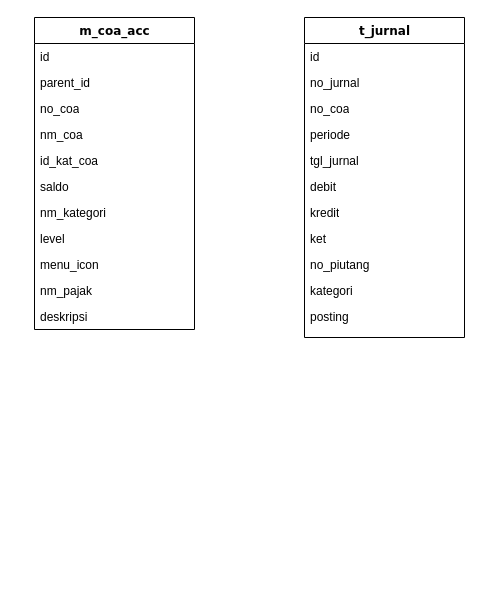
Above: page "WO" (2 of 2) of Database/Untitled Diagram.drawio in maseadi/jurnal (draw.io), before the change. Source tidied: cells renumbered, new cells numbered last; positions are measured from the earlier drawing's top-left corner, leaving out a move shared by most shapes. Both pictures are drawn from the tidied source at 100%, with x=0, y=0 at pixel (34, 17).
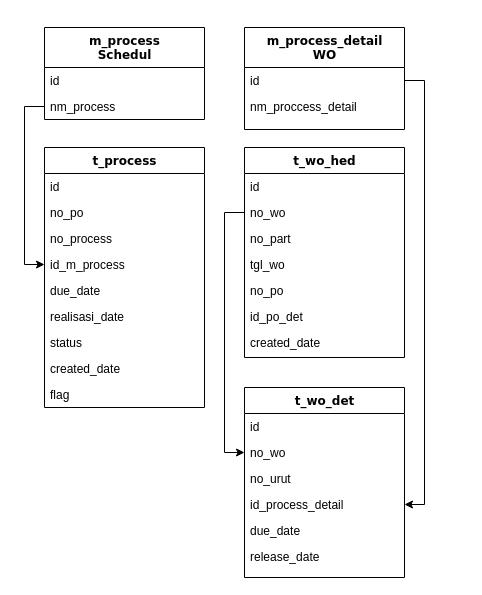
After the change.

The edit, as a diff of the source:
```diff
@@
-    <mxCell id="2" value="m_coa_acc" style="swimlane;html=1;fontStyle=1;align=center;verticalAlign=top;horizontal=1;startSize=26;swimlaneFillColor=#ffffff;rounded=0;shadow=0;comic=0;labelBackgroundColor=none;strokeWidth=1;fillColor=none;fontFamily=Verdana;fontSize=12;" parent="1" vertex="1">
-      <mxGeometry width="160" height="312" as="geometry" />
+    <mxCell id="2" value="t_process" style="swimlane;html=1;fontStyle=1;align=center;verticalAlign=top;horizontal=1;startSize=26;swimlaneFillColor=#ffffff;rounded=0;shadow=0;comic=0;labelBackgroundColor=none;strokeWidth=1;fillColor=none;fontFamily=Verdana;fontSize=12;" parent="1" vertex="1">
+      <mxGeometry x="10" y="130" width="160" height="260" as="geometry" />
     </mxCell>
@@
-    <mxCell id="4" value="parent_id" style="text;html=1;strokeColor=none;fillColor=none;align=left;verticalAlign=top;spacingLeft=4;spacingRight=4;whiteSpace=wrap;overflow=hidden;" parent="2" vertex="1">
+    <mxCell id="4" value="no_po" style="text;html=1;strokeColor=none;fillColor=none;align=left;verticalAlign=top;spacingLeft=4;spacingRight=4;whiteSpace=wrap;overflow=hidden;" parent="2" vertex="1">
       <mxGeometry y="52" width="160" height="26" as="geometry" />
     </mxCell>
-    <mxCell id="5" value="no_coa" style="text;html=1;strokeColor=none;fillColor=none;align=left;verticalAlign=top;spacingLeft=4;spacingRight=4;whiteSpace=wrap;overflow=hidden;" parent="2" vertex="1">
+    <mxCell id="5" value="no_process" style="text;html=1;strokeColor=none;fillColor=none;align=left;verticalAlign=top;spacingLeft=4;spacingRight=4;whiteSpace=wrap;overflow=hidden;" parent="2" vertex="1">
       <mxGeometry y="78" width="160" height="26" as="geometry" />
     </mxCell>
-    <mxCell id="6" value="nm_coa" style="text;html=1;strokeColor=none;fillColor=none;align=left;verticalAlign=top;spacingLeft=4;spacingRight=4;whiteSpace=wrap;overflow=hidden;points=[[0,0.5],[1,0.5]];portConstraint=eastwest;" parent="2" vertex="1">
+    <mxCell id="6" value="id_m_process" style="text;html=1;strokeColor=none;fillColor=none;align=left;verticalAlign=top;spacingLeft=4;spacingRight=4;whiteSpace=wrap;overflow=hidden;points=[[0,0.5],[1,0.5]];portConstraint=eastwest;" parent="2" vertex="1">
       <mxGeometry y="104" width="160" height="26" as="geometry" />
     </mxCell>
-    <mxCell id="7" value="id_kat_coa" style="text;html=1;strokeColor=none;fillColor=none;align=left;verticalAlign=top;spacingLeft=4;spacingRight=4;whiteSpace=wrap;overflow=hidden;" parent="2" vertex="1">
+    <mxCell id="7" value="due_date" style="text;html=1;strokeColor=none;fillColor=none;align=left;verticalAlign=top;spacingLeft=4;spacingRight=4;whiteSpace=wrap;overflow=hidden;" parent="2" vertex="1">
       <mxGeometry y="130" width="160" height="26" as="geometry" />
     </mxCell>
-    <mxCell id="8" value="saldo" style="text;html=1;strokeColor=none;fillColor=none;align=left;verticalAlign=top;spacingLeft=4;spacingRight=4;whiteSpace=wrap;overflow=hidden;" parent="2" vertex="1">
+    <mxCell id="8" value="realisasi_date" style="text;html=1;strokeColor=none;fillColor=none;align=left;verticalAlign=top;spacingLeft=4;spacingRight=4;whiteSpace=wrap;overflow=hidden;" parent="2" vertex="1">
       <mxGeometry y="156" width="160" height="26" as="geometry" />
     </mxCell>
-    <mxCell id="9" value="nm_kategori" style="text;html=1;strokeColor=none;fillColor=none;align=left;verticalAlign=top;spacingLeft=4;spacingRight=4;whiteSpace=wrap;overflow=hidden;" parent="2" vertex="1">
+    <mxCell id="9" value="status" style="text;html=1;strokeColor=none;fillColor=none;align=left;verticalAlign=top;spacingLeft=4;spacingRight=4;whiteSpace=wrap;overflow=hidden;" parent="2" vertex="1">
       <mxGeometry y="182" width="160" height="26" as="geometry" />
     </mxCell>
-    <mxCell id="10" value="level" style="text;html=1;strokeColor=none;fillColor=none;align=left;verticalAlign=top;spacingLeft=4;spacingRight=4;whiteSpace=wrap;overflow=hidden;" parent="2" vertex="1">
+    <mxCell id="10" value="created_date" style="text;html=1;strokeColor=none;fillColor=none;align=left;verticalAlign=top;spacingLeft=4;spacingRight=4;whiteSpace=wrap;overflow=hidden;" parent="2" vertex="1">
       <mxGeometry y="208" width="160" height="26" as="geometry" />
     </mxCell>
-    <mxCell id="11" value="menu_icon" style="text;html=1;strokeColor=none;fillColor=none;align=left;verticalAlign=top;spacingLeft=4;spacingRight=4;whiteSpace=wrap;overflow=hidden;" parent="2" vertex="1">
+    <mxCell id="11" value="flag" style="text;html=1;strokeColor=none;fillColor=none;align=left;verticalAlign=top;spacingLeft=4;spacingRight=4;whiteSpace=wrap;overflow=hidden;" parent="2" vertex="1">
       <mxGeometry y="234" width="160" height="26" as="geometry" />
     </mxCell>
-    <mxCell id="12" value="nm_pajak" style="text;html=1;strokeColor=none;fillColor=none;align=left;verticalAlign=top;spacingLeft=4;spacingRight=4;whiteSpace=wrap;overflow=hidden;" parent="2" vertex="1">
-      <mxGeometry y="260" width="160" height="26" as="geometry" />
-    </mxCell>
-    <mxCell id="13" value="deskripsi" style="text;html=1;strokeColor=none;fillColor=none;align=left;verticalAlign=top;spacingLeft=4;spacingRight=4;whiteSpace=wrap;overflow=hidden;" parent="2" vertex="1">
-      <mxGeometry y="286" width="160" height="26" as="geometry" />
-    </mxCell>
-    <mxCell id="14" value="t_jurnal" style="swimlane;html=1;fontStyle=1;align=center;verticalAlign=top;horizontal=1;startSize=26;swimlaneFillColor=#ffffff;rounded=0;shadow=0;comic=0;labelBackgroundColor=none;strokeWidth=1;fillColor=none;fontFamily=Verdana;fontSize=12;" parent="1" vertex="1">
-      <mxGeometry x="270" width="160" height="320" as="geometry" />
+    <mxCell id="14" value="m_process&lt;br&gt;Schedul" style="swimlane;html=1;fontStyle=1;align=center;verticalAlign=top;horizontal=1;startSize=40;swimlaneFillColor=#ffffff;rounded=0;shadow=0;comic=0;labelBackgroundColor=none;strokeWidth=1;fillColor=none;fontFamily=Verdana;fontSize=12;" parent="1" vertex="1">
+      <mxGeometry x="10" y="10" width="160" height="92" as="geometry" />
     </mxCell>
     <mxCell id="15" value="id" style="text;html=1;strokeColor=none;fillColor=none;align=left;verticalAlign=top;spacingLeft=4;spacingRight=4;whiteSpace=wrap;overflow=hidden;" parent="14" vertex="1">
-      <mxGeometry y="26" width="160" height="26" as="geometry" />
+      <mxGeometry y="40" width="160" height="26" as="geometry" />
     </mxCell>
-    <mxCell id="16" value="no_jurnal" style="text;html=1;strokeColor=none;fillColor=none;align=left;verticalAlign=top;spacingLeft=4;spacingRight=4;whiteSpace=wrap;overflow=hidden;points=[[0,0.5],[1,0.5]];portConstraint=eastwest;" parent="14" vertex="1">
-      <mxGeometry y="52" width="160" height="26" as="geometry" />
+    <mxCell id="16" value="nm_process" style="text;html=1;strokeColor=none;fillColor=none;align=left;verticalAlign=top;spacingLeft=4;spacingRight=4;whiteSpace=wrap;overflow=hidden;points=[[0,0.5],[1,0.5]];portConstraint=eastwest;" parent="14" vertex="1">
+      <mxGeometry y="66" width="160" height="26" as="geometry" />
     </mxCell>
-    <mxCell id="17" value="no_coa" style="text;html=1;strokeColor=none;fillColor=none;align=left;verticalAlign=top;spacingLeft=4;spacingRight=4;whiteSpace=wrap;overflow=hidden;" parent="14" vertex="1">
-      <mxGeometry y="78" width="160" height="26" as="geometry" />
-    </mxCell>
-    <mxCell id="18" value="periode" style="text;html=1;strokeColor=none;fillColor=none;align=left;verticalAlign=top;spacingLeft=4;spacingRight=4;whiteSpace=wrap;overflow=hidden;" parent="14" vertex="1">
-      <mxGeometry y="104" width="160" height="26" as="geometry" />
-    </mxCell>
-    <mxCell id="19" value="tgl_jurnal" style="text;html=1;strokeColor=none;fillColor=none;align=left;verticalAlign=top;spacingLeft=4;spacingRight=4;whiteSpace=wrap;overflow=hidden;" parent="14" vertex="1">
-      <mxGeometry y="130" width="160" height="26" as="geometry" />
-    </mxCell>
-    <mxCell id="20" value="debit" style="text;html=1;strokeColor=none;fillColor=none;align=left;verticalAlign=top;spacingLeft=4;spacingRight=4;whiteSpace=wrap;overflow=hidden;" parent="14" vertex="1">
-      <mxGeometry y="156" width="160" height="26" as="geometry" />
-    </mxCell>
-    <mxCell id="21" value="kredit" style="text;html=1;strokeColor=none;fillColor=none;align=left;verticalAlign=top;spacingLeft=4;spacingRight=4;whiteSpace=wrap;overflow=hidden;" parent="14" vertex="1">
-      <mxGeometry y="182" width="160" height="26" as="geometry" />
-    </mxCell>
-    <mxCell id="22" value="ket" style="text;html=1;strokeColor=none;fillColor=none;align=left;verticalAlign=top;spacingLeft=4;spacingRight=4;whiteSpace=wrap;overflow=hidden;" parent="14" vertex="1">
-      <mxGeometry y="208" width="160" height="26" as="geometry" />
-    </mxCell>
-    <mxCell id="23" value="no_piutang" style="text;html=1;strokeColor=none;fillColor=none;align=left;verticalAlign=top;spacingLeft=4;spacingRight=4;whiteSpace=wrap;overflow=hidden;" parent="14" vertex="1">
-      <mxGeometry y="234" width="160" height="26" as="geometry" />
-    </mxCell>
-    <mxCell id="24" value="kategori" style="text;html=1;strokeColor=none;fillColor=none;align=left;verticalAlign=top;spacingLeft=4;spacingRight=4;whiteSpace=wrap;overflow=hidden;" parent="14" vertex="1">
-      <mxGeometry y="260" width="160" height="26" as="geometry" />
-    </mxCell>
-    <mxCell id="25" value="posting" style="text;html=1;strokeColor=none;fillColor=none;align=left;verticalAlign=top;spacingLeft=4;spacingRight=4;whiteSpace=wrap;overflow=hidden;" parent="14" vertex="1">
-      <mxGeometry y="286" width="160" height="26" as="geometry" />
-    </mxCell>
+    <mxCell id="26" value="m_process_detail&lt;br&gt;WO" style="swimlane;html=1;fontStyle=1;align=center;verticalAlign=top;horizontal=1;startSize=40;swimlaneFillColor=#ffffff;rounded=0;shadow=0;comic=0;labelBackgroundColor=none;strokeWidth=1;fillColor=none;fontFamily=Verdana;fontSize=12;" parent="1" vertex="1">
+      <mxGeometry x="210" y="10" width="160" height="102" as="geometry" />
+    </mxCell>
+    <mxCell id="27" value="id" style="text;html=1;strokeColor=none;fillColor=none;align=left;verticalAlign=top;spacingLeft=4;spacingRight=4;whiteSpace=wrap;overflow=hidden;points=[[0,0.5],[1,0.5]];portConstraint=eastwest;" parent="26" vertex="1">
+      <mxGeometry y="40" width="160" height="26" as="geometry" />
+    </mxCell>
+    <mxCell id="28" value="nm_proccess_detail" style="text;html=1;strokeColor=none;fillColor=none;align=left;verticalAlign=top;spacingLeft=4;spacingRight=4;whiteSpace=wrap;overflow=hidden;" parent="26" vertex="1">
+      <mxGeometry y="66" width="160" height="26" as="geometry" />
+    </mxCell>
+    <mxCell id="29" value="t_wo_hed" style="swimlane;html=1;fontStyle=1;align=center;verticalAlign=top;horizontal=1;startSize=26;swimlaneFillColor=#ffffff;rounded=0;shadow=0;comic=0;labelBackgroundColor=none;strokeWidth=1;fillColor=none;fontFamily=Verdana;fontSize=12;" parent="1" vertex="1">
+      <mxGeometry x="210" y="130" width="160" height="210" as="geometry" />
+    </mxCell>
+    <mxCell id="30" value="id" style="text;html=1;strokeColor=none;fillColor=none;align=left;verticalAlign=top;spacingLeft=4;spacingRight=4;whiteSpace=wrap;overflow=hidden;" parent="29" vertex="1">
+      <mxGeometry y="26" width="160" height="26" as="geometry" />
+    </mxCell>
+    <mxCell id="31" value="no_wo" style="text;html=1;strokeColor=none;fillColor=none;align=left;verticalAlign=top;spacingLeft=4;spacingRight=4;whiteSpace=wrap;overflow=hidden;points=[[0,0.5],[1,0.5]];portConstraint=eastwest;" parent="29" vertex="1">
+      <mxGeometry y="52" width="160" height="26" as="geometry" />
+    </mxCell>
+    <mxCell id="32" value="no_part" style="text;html=1;strokeColor=none;fillColor=none;align=left;verticalAlign=top;spacingLeft=4;spacingRight=4;whiteSpace=wrap;overflow=hidden;" parent="29" vertex="1">
+      <mxGeometry y="78" width="160" height="26" as="geometry" />
+    </mxCell>
+    <mxCell id="33" value="tgl_wo" style="text;html=1;strokeColor=none;fillColor=none;align=left;verticalAlign=top;spacingLeft=4;spacingRight=4;whiteSpace=wrap;overflow=hidden;" parent="29" vertex="1">
+      <mxGeometry y="104" width="160" height="26" as="geometry" />
+    </mxCell>
+    <mxCell id="34" value="no_po" style="text;html=1;strokeColor=none;fillColor=none;align=left;verticalAlign=top;spacingLeft=4;spacingRight=4;whiteSpace=wrap;overflow=hidden;" parent="29" vertex="1">
+      <mxGeometry y="130" width="160" height="26" as="geometry" />
+    </mxCell>
+    <mxCell id="35" value="id_po_det" style="text;html=1;strokeColor=none;fillColor=none;align=left;verticalAlign=top;spacingLeft=4;spacingRight=4;whiteSpace=wrap;overflow=hidden;" parent="29" vertex="1">
+      <mxGeometry y="156" width="160" height="26" as="geometry" />
+    </mxCell>
+    <mxCell id="36" value="created_date" style="text;html=1;strokeColor=none;fillColor=none;align=left;verticalAlign=top;spacingLeft=4;spacingRight=4;whiteSpace=wrap;overflow=hidden;" parent="29" vertex="1">
+      <mxGeometry y="182" width="160" height="26" as="geometry" />
+    </mxCell>
+    <mxCell id="37" style="edgeStyle=orthogonalEdgeStyle;rounded=0;jettySize=auto;html=1;entryX=0;entryY=0.5;entryDx=0;entryDy=0;" parent="1" edge="1" source="16" target="6">
+      <mxGeometry relative="1" as="geometry" />
+    </mxCell>
+    <mxCell id="38" value="t_wo_det" style="swimlane;html=1;fontStyle=1;align=center;verticalAlign=top;horizontal=1;startSize=26;swimlaneFillColor=#ffffff;rounded=0;shadow=0;comic=0;labelBackgroundColor=none;strokeWidth=1;fillColor=none;fontFamily=Verdana;fontSize=12;" parent="1" vertex="1">
+      <mxGeometry x="210" y="370" width="160" height="190" as="geometry" />
+    </mxCell>
+    <mxCell id="39" value="id" style="text;html=1;strokeColor=none;fillColor=none;align=left;verticalAlign=top;spacingLeft=4;spacingRight=4;whiteSpace=wrap;overflow=hidden;" parent="38" vertex="1">
+      <mxGeometry y="26" width="160" height="26" as="geometry" />
+    </mxCell>
+    <mxCell id="40" value="no_wo" style="text;html=1;strokeColor=none;fillColor=none;align=left;verticalAlign=top;spacingLeft=4;spacingRight=4;whiteSpace=wrap;overflow=hidden;points=[[0,0.5],[1,0.5]];portConstraint=eastwest;" parent="38" vertex="1">
+      <mxGeometry y="52" width="160" height="26" as="geometry" />
+    </mxCell>
+    <mxCell id="41" value="no_urut" style="text;html=1;strokeColor=none;fillColor=none;align=left;verticalAlign=top;spacingLeft=4;spacingRight=4;whiteSpace=wrap;overflow=hidden;" parent="38" vertex="1">
+      <mxGeometry y="78" width="160" height="26" as="geometry" />
+    </mxCell>
+    <mxCell id="42" value="id_process_detail" style="text;html=1;strokeColor=none;fillColor=none;align=left;verticalAlign=top;spacingLeft=4;spacingRight=4;whiteSpace=wrap;overflow=hidden;points=[[0,0.5],[1,0.5]];portConstraint=eastwest;" parent="38" vertex="1">
+      <mxGeometry y="104" width="160" height="26" as="geometry" />
+    </mxCell>
+    <mxCell id="43" value="due_date" style="text;html=1;strokeColor=none;fillColor=none;align=left;verticalAlign=top;spacingLeft=4;spacingRight=4;whiteSpace=wrap;overflow=hidden;" parent="38" vertex="1">
+      <mxGeometry y="130" width="160" height="26" as="geometry" />
+    </mxCell>
+    <mxCell id="44" value="release_date" style="text;html=1;strokeColor=none;fillColor=none;align=left;verticalAlign=top;spacingLeft=4;spacingRight=4;whiteSpace=wrap;overflow=hidden;" parent="38" vertex="1">
+      <mxGeometry y="156" width="160" height="26" as="geometry" />
+    </mxCell>
+    <mxCell id="45" style="edgeStyle=orthogonalEdgeStyle;rounded=0;jettySize=auto;html=1;entryX=0;entryY=0.5;entryDx=0;entryDy=0;" parent="1" edge="1" source="31" target="40">
+      <mxGeometry relative="1" as="geometry" />
+    </mxCell>
+    <mxCell id="46" style="edgeStyle=orthogonalEdgeStyle;rounded=0;jettySize=auto;html=1;entryX=1;entryY=0.5;entryDx=0;entryDy=0;" parent="1" edge="1" source="27" target="42">
+      <mxGeometry relative="1" as="geometry">
+        <Array as="points">
+          <mxPoint x="390" y="63" />
+          <mxPoint x="390" y="487" />
+        </Array>
+      </mxGeometry>
+    </mxCell>
```
